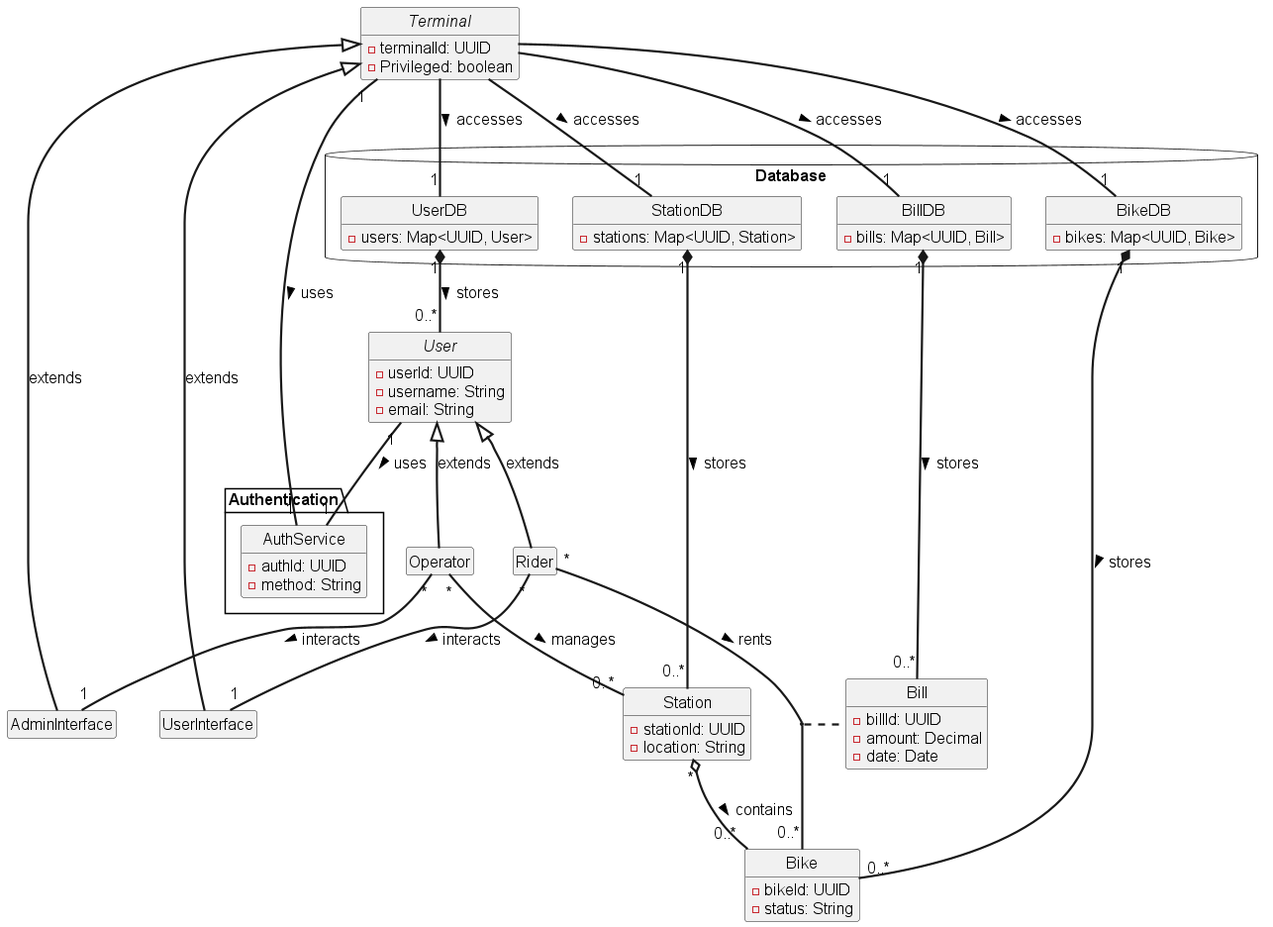
The PlantUML diagram out/docs/domain/Domain Model.png in antholim/BigCie, before a commit.
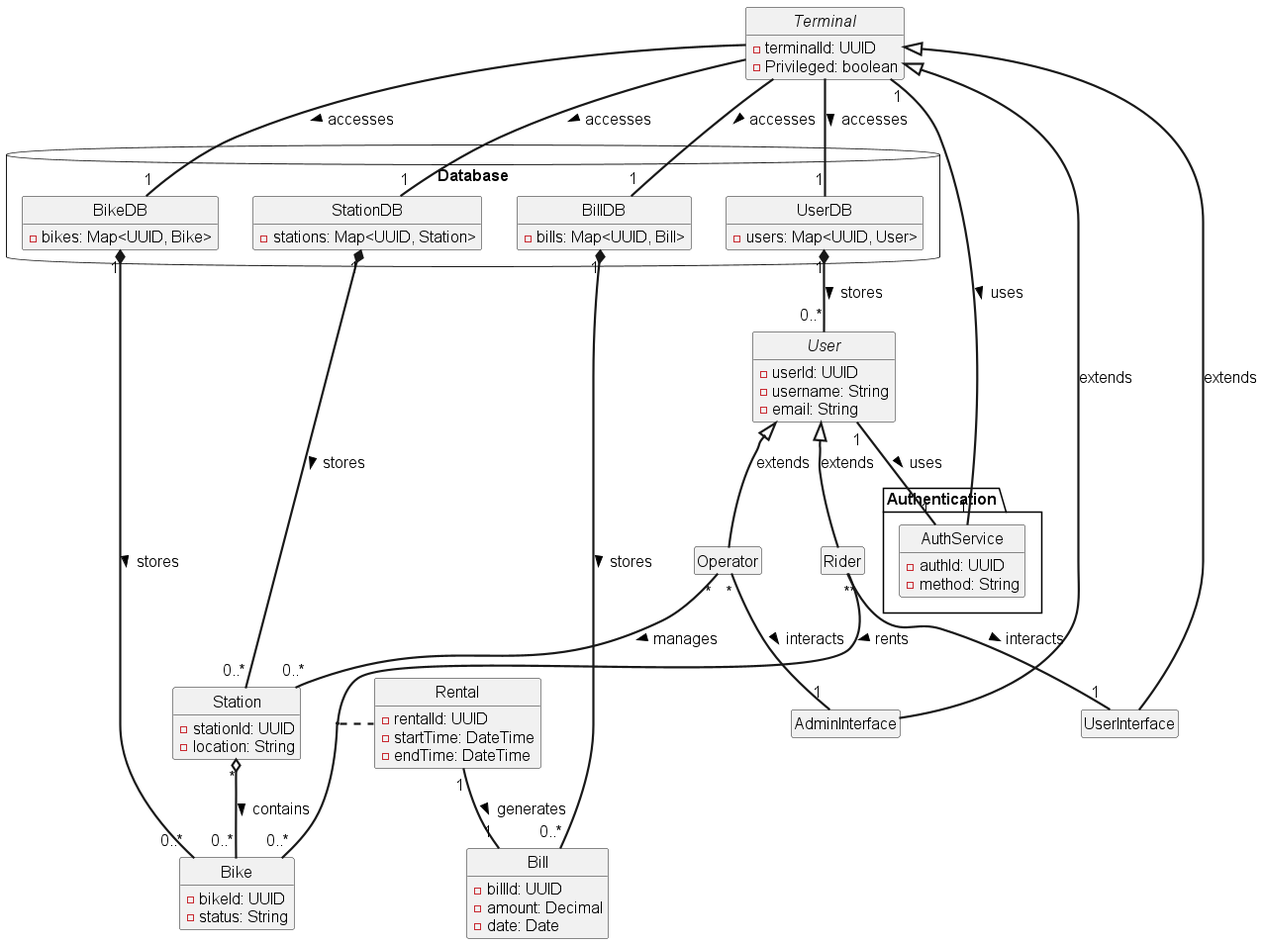
Later version of the same file.

Change to the diagram source:
```diff
@@ -93,7 +93,15 @@
 
 Terminal -- "1" StationDB : accesses >
 
-(Rider, Bike) .. Bill
+class "Rental" as Rental {
+  - rentalId: UUID
+  - startTime: DateTime
+  - endTime: DateTime
+}
+
+(Rider, Bike) .. Rental
+
+Rental "1" -- "1" Bill : generates >
 
 class "Bill" as Bill {
   - billId: UUID
```
